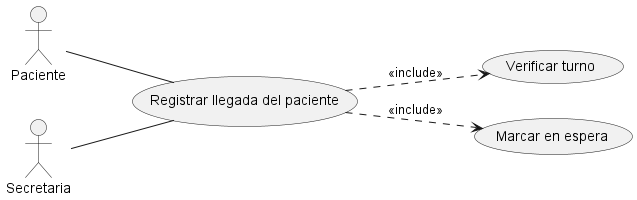
Before: diagramas/02-casos-de-uso/02-caso-uso-registrar-llegada-03/02-caso-uso-registrar-llegada-03.png, a diagram exported from PlantUML (FacundoGuiraldes/SistemaTurnosMedicos).
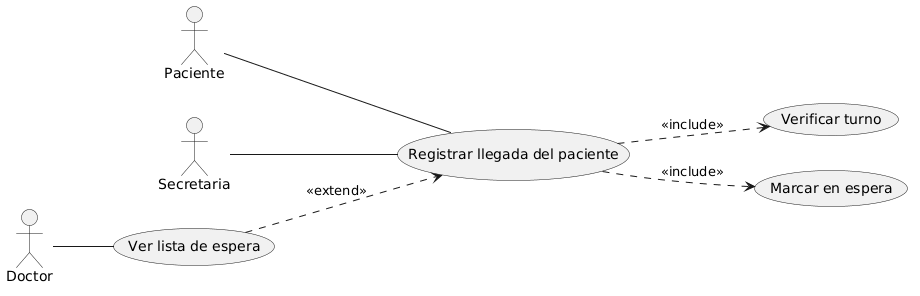
The same file after the commit.

Commit message:
fix: restauro READMEs, corrijo ruta de PNG y vinculo actor Doctor en CU03 al flujo central

Diff of the diagram source:
```diff
@@ -3,15 +3,18 @@
 
 actor Paciente
 actor Secretaria
+actor Doctor
 
 usecase "Registrar llegada del paciente" as UC1
 usecase "Verificar turno" as UC2
 usecase "Marcar en espera" as UC3
+usecase "Ver lista de espera" as UC4
 
 Paciente -- UC1
 Secretaria -- UC1
+Doctor -- UC4
 
 UC1 ..> UC2 : <<include>>
 UC1 ..> UC3 : <<include>>
-
+UC4 ..> UC1 : <<extend>>
 @enduml
```
